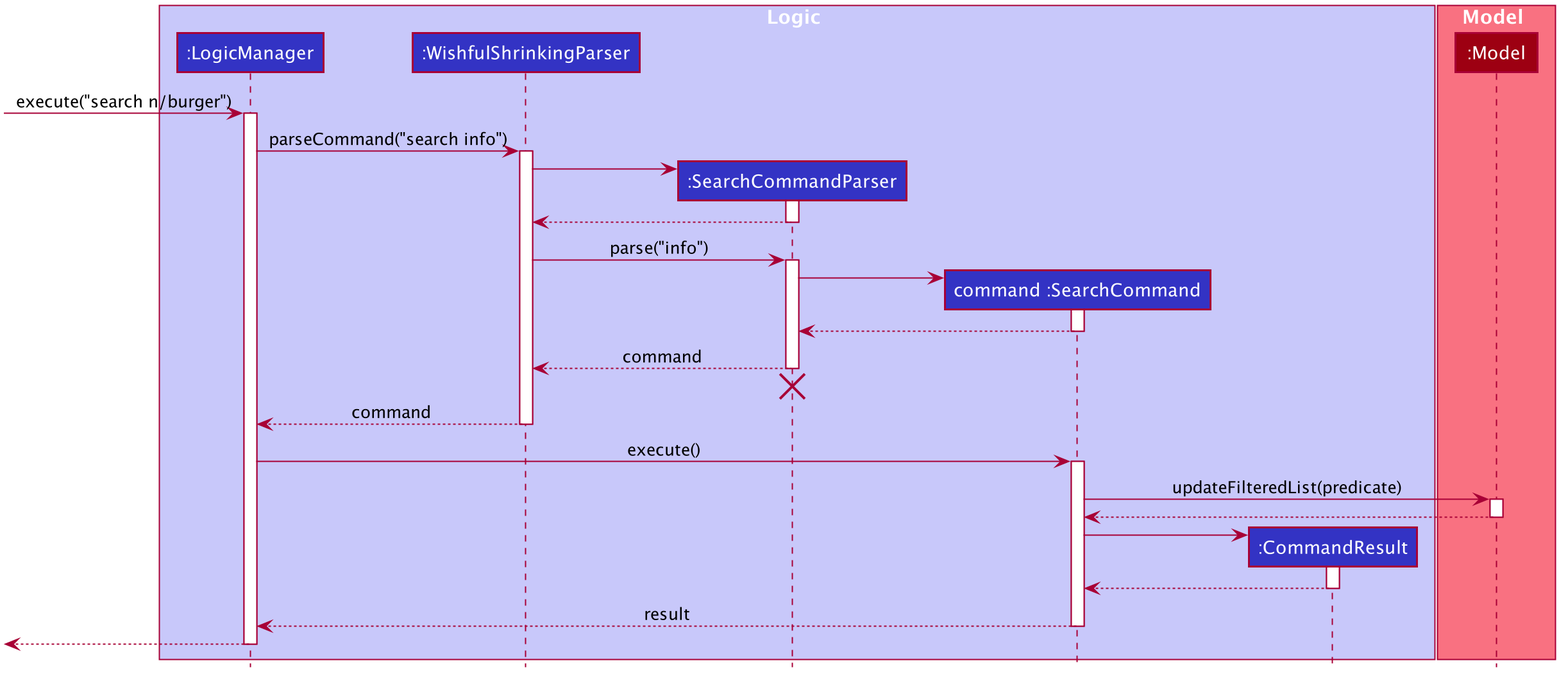
This is docs/images/implementation/sequenceDiagrams/SearchSequence.png from nus-cs2103-AY2021S1/tp, a PlantUML export, as it was before one commit. Source of this version:
```plantuml
@startuml








skinparam BackgroundColor #FFFFFFF

skinparam Shadowing false

skinparam Class {
    FontColor #FFFFFF
    BorderThickness 1
    BorderColor #FFFFFF
    StereotypeFontColor #FFFFFF
    FontName Arial
}

skinparam Actor {
    BorderColor #000000
    Color #000000
    FontName Arial
}

skinparam Sequence {
    MessageAlign center
    BoxFontSize 15
    BoxPadding 0
    BoxFontColor #FFFFFF
    FontName Arial
}

skinparam Participant {
    FontColor #FFFFFFF
    Padding 20
}

skinparam MinClassWidth 50
skinparam ParticipantPadding 10
skinparam Shadowing false
skinparam DefaultTextAlignment center
skinparam packageStyle Rectangle

hide footbox
hide members
hide circle

box Logic #C8C8FA
participant ":LogicManager" as LogicManager #3333C4
participant ":WishfulShrinkingParser" as WishfulShrinkingParser #3333C4
participant ":SearchCommandParser" as SearchCommandParser #3333C4
participant "command :SearchCommand" as SearchCommand #3333C4
participant ":CommandResult" as CommandResult #3333C4
end box

box Model #F97181
participant ":Model" as Model #9D0012
end box

[-> LogicManager : execute("search n/burger")
activate LogicManager

LogicManager -> WishfulShrinkingParser : parseCommand("search info")
activate WishfulShrinkingParser

create SearchCommandParser
WishfulShrinkingParser -> SearchCommandParser
activate SearchCommandParser

SearchCommandParser --> WishfulShrinkingParser
deactivate SearchCommandParser

WishfulShrinkingParser -> SearchCommandParser : parse("info")
activate SearchCommandParser

create SearchCommand
SearchCommandParser -> SearchCommand
activate SearchCommand

SearchCommand --> SearchCommandParser
deactivate SearchCommand

SearchCommandParser --> WishfulShrinkingParser : command
deactivate SearchCommandParser
SearchCommandParser -[hidden]-> WishfulShrinkingParser
destroy SearchCommandParser

WishfulShrinkingParser --> LogicManager : command
deactivate WishfulShrinkingParser

LogicManager -> SearchCommand : execute()
activate SearchCommand

SearchCommand -> Model : updateFilteredList(predicate)
activate Model

Model --> SearchCommand
deactivate Model

create CommandResult
SearchCommand -> CommandResult
activate CommandResult

CommandResult --> SearchCommand
deactivate CommandResult

SearchCommand --> LogicManager : result
deactivate SearchCommand

[<--LogicManager
deactivate LogicManager
@enduml
```
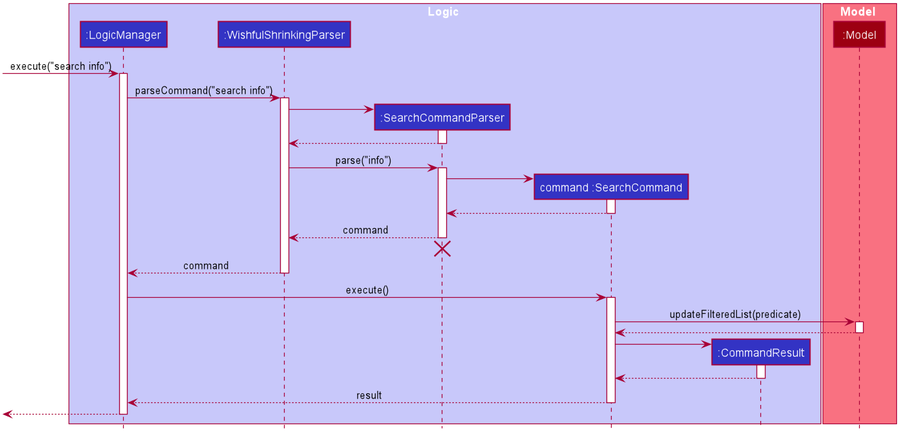
After the commit.

Diff of the diagram source:
```diff
@@ -60,7 +60,7 @@
 participant ":Model" as Model #9D0012
 end box
 
-[-> LogicManager : execute("search n/burger")
+[-> LogicManager : execute("search info")
 activate LogicManager
 
 LogicManager -> WishfulShrinkingParser : parseCommand("search info")
```
